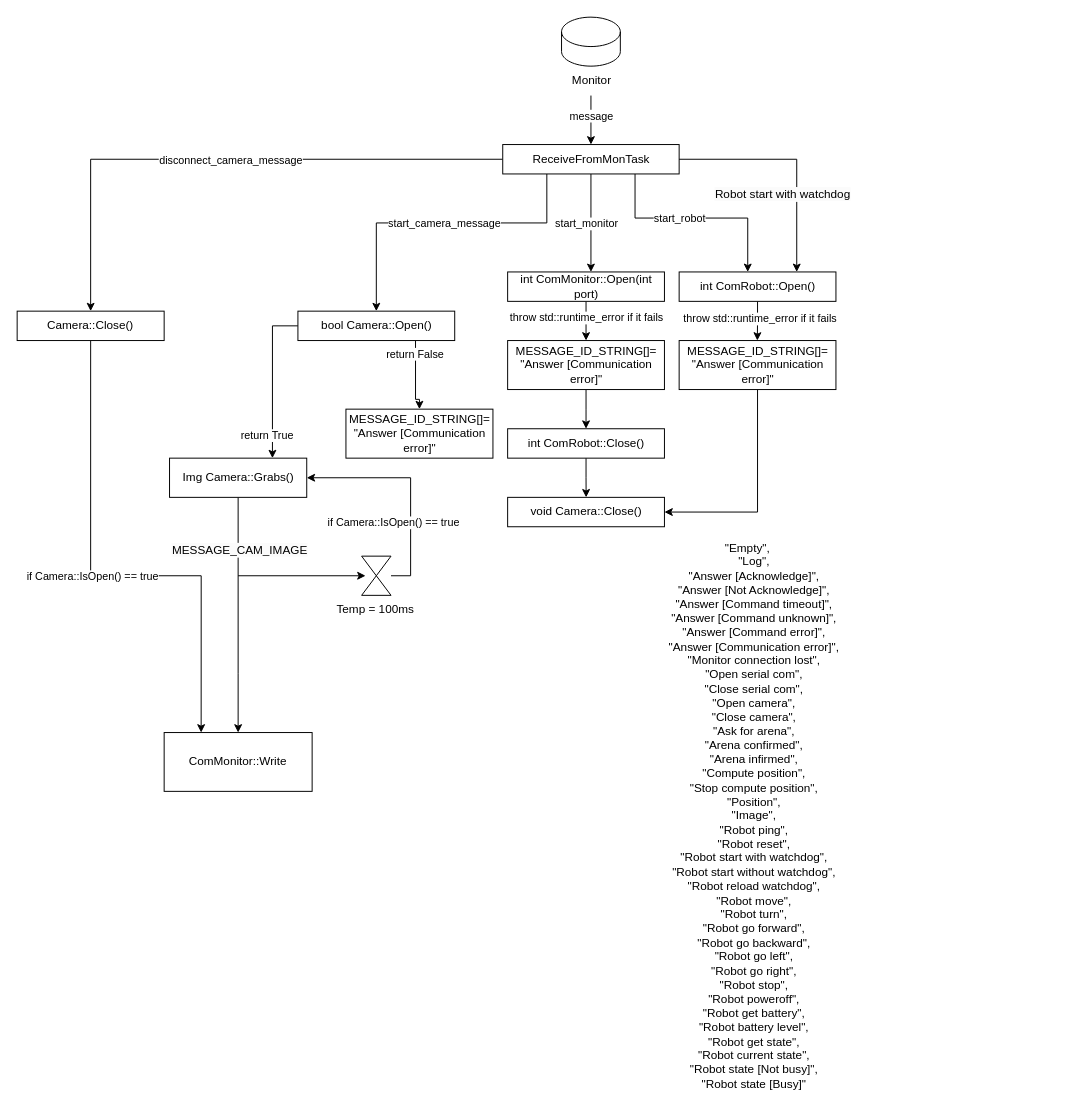
Earlier version of the draw.io diagram page "Page-2" (2 of 2) of Diagrama sem nome.drawio (Ruba008/BE_temps_reel). Source tidied: cells renumbered, new cells numbered last; positions are measured from the earlier drawing's top-left corner, leaving out a move shared by most shapes. Both pictures are drawn from the tidied source at 98%, with x=0, y=0 at pixel (17, 17).
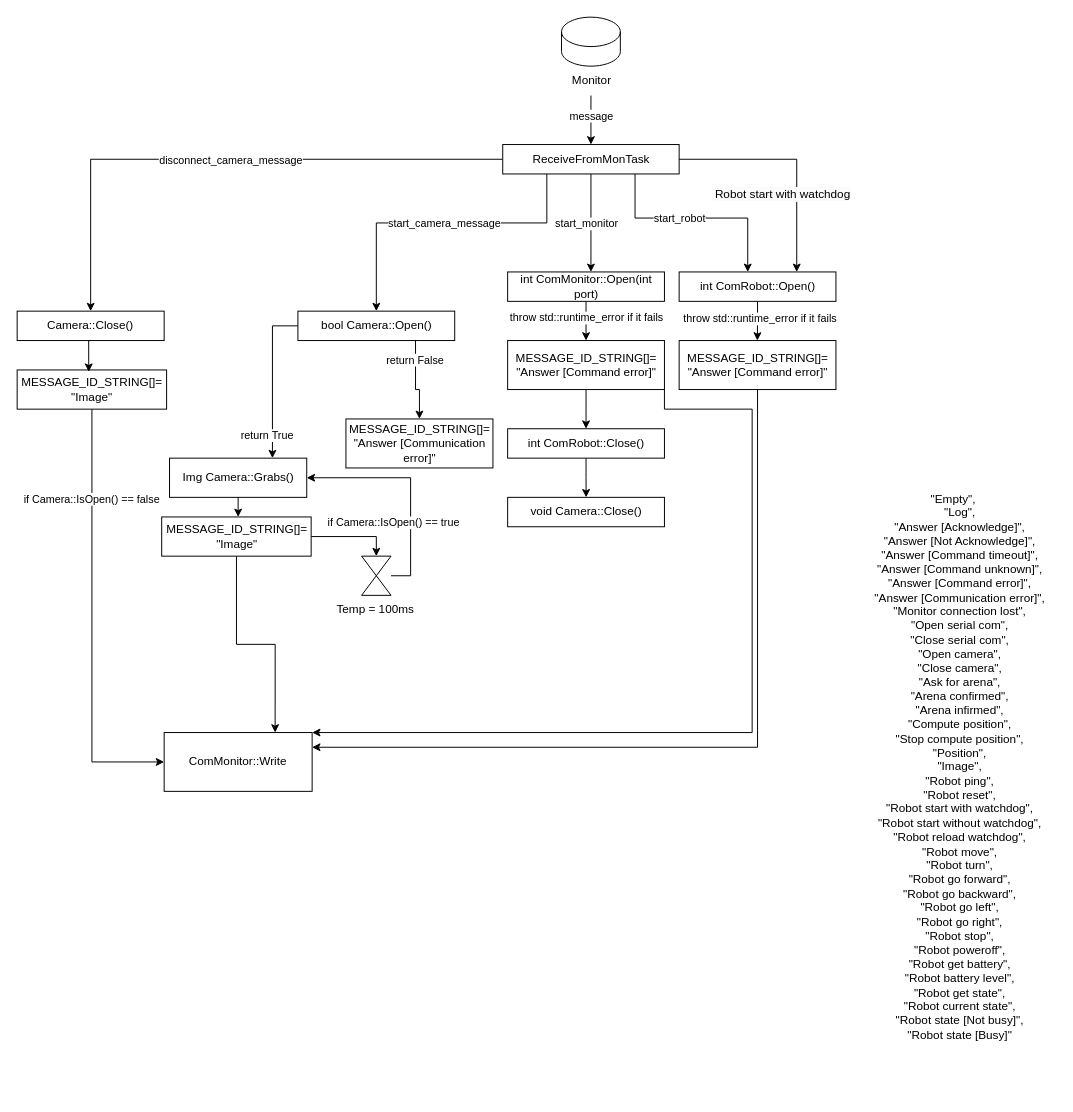
The same diagram, later.

Unchanged cells that the change refers to:
```xml
<mxCell id="20" value="bool Camera::Open()" style="whiteSpace=wrap;html=1;" parent="1" vertex="1">
  <mxGeometry x="286.5" y="300" width="160" height="30" as="geometry" />
</mxCell>
<mxCell id="24" value="Img Camera::Grabs()" style="whiteSpace=wrap;html=1;" parent="1" vertex="1">
  <mxGeometry x="155.5" y="450" width="140" height="40" as="geometry" />
</mxCell>
<mxCell id="31" style="shape=collate;whiteSpace=wrap;html=1;" parent="30" vertex="1">
  <mxGeometry x="40" width="30" height="40" as="geometry" />
</mxCell>
<mxCell id="35" value="Camera::Close()" style="whiteSpace=wrap;html=1;" parent="1" vertex="1">
  <mxGeometry y="300" width="150" height="30" as="geometry" />
</mxCell>
<mxCell id="44" value="void Camera::Close()" style="whiteSpace=wrap;html=1;" parent="1" vertex="1">
  <mxGeometry x="500.5" y="490" width="160" height="30" as="geometry" />
</mxCell>
<mxCell id="47" value="ComMonitor::Write" style="whiteSpace=wrap;html=1;" parent="1" vertex="1">
  <mxGeometry x="150" y="730" width="151" height="60" as="geometry" />
</mxCell>
```

The edit, as a diff of the source:
```diff
@@
     <mxCell id="16" style="edgeStyle=orthogonalEdgeStyle;rounded=0;jettySize=auto;html=1;exitX=0.75;exitY=1;exitDx=0;exitDy=0;entryX=0.5;entryY=0;entryDx=0;entryDy=0;" parent="1" edge="1" source="20" target="21">
       <mxGeometry relative="1" as="geometry">
         <Array as="points">
-          <mxPoint x="407" y="390" />
-          <mxPoint x="411" y="390" />
+          <mxPoint x="407" y="380" />
+          <mxPoint x="411" y="380" />
         </Array>
       </mxGeometry>
     </mxCell>
@@
     <mxCell id="21" value="MESSAGE_ID_STRING[]=&lt;div&gt;&quot;Answer [Communication error]&quot;&lt;/div&gt;" style="whiteSpace=wrap;html=1;" parent="1" vertex="1">
-      <mxGeometry x="335.5" y="400" width="150" height="50" as="geometry" />
+      <mxGeometry x="335.5" y="410" width="150" height="50" as="geometry" />
     </mxCell>
-    <mxCell id="22" style="edgeStyle=orthogonalEdgeStyle;rounded=0;jettySize=auto;html=1;entryX=0.5;entryY=0;entryDx=0;entryDy=0;" parent="1" edge="1" source="24" target="47">
-      <mxGeometry relative="1" as="geometry">
-        <Array as="points">
-          <mxPoint x="225.5" y="670" />
-          <mxPoint x="225.5" y="670" />
-        </Array>
-      </mxGeometry>
-    </mxCell>
-    <mxCell id="23" value="&lt;span style=&quot;font-size: 12px; text-wrap-mode: wrap; background-color: rgb(251, 251, 251);&quot;&gt;MESSAGE_CAM_IMAGE&lt;/span&gt;" style="edgeLabel;html=1;align=center;verticalAlign=middle;" parent="22" vertex="1">
-      <mxGeometry x="-0.56" y="1" relative="1" as="geometry" />
-    </mxCell>
@@
+    <mxCell id="51" style="edgeStyle=orthogonalEdgeStyle;rounded=0;jettySize=auto;html=1;exitX=1;exitY=1;exitDx=0;exitDy=0;entryX=1;entryY=0;entryDx=0;entryDy=0;" parent="1" edge="1" source="29" target="47">
+      <mxGeometry relative="1" as="geometry">
+        <Array as="points">
+          <mxPoint x="661" y="400" />
+          <mxPoint x="750" y="400" />
+          <mxPoint x="750" y="730" />
+        </Array>
+      </mxGeometry>
+    </mxCell>
-    <mxCell id="29" value="MESSAGE_ID_STRING[]=&lt;div&gt;&quot;Answer [Communication error]&quot;&lt;/div&gt;" style="whiteSpace=wrap;html=1;" parent="1" vertex="1">
+    <mxCell id="29" value="MESSAGE_ID_STRING[]=&lt;div&gt;&quot;Answer [Command error]&quot;&lt;/div&gt;" style="whiteSpace=wrap;html=1;" parent="1" vertex="1">
       <mxGeometry x="500.5" y="330" width="160" height="50" as="geometry" />
     </mxCell>
@@
-    <mxCell id="33" style="edgeStyle=orthogonalEdgeStyle;rounded=0;jettySize=auto;html=1;exitX=0.5;exitY=1;exitDx=0;exitDy=0;entryX=0.25;entryY=0;entryDx=0;entryDy=0;" parent="1" edge="1" source="35" target="47">
-      <mxGeometry relative="1" as="geometry">
-        <Array as="points">
-          <mxPoint x="75.5" y="570" />
-          <mxPoint x="187.5" y="570" />
-        </Array>
-      </mxGeometry>
-    </mxCell>
-    <mxCell id="34" value="if Camera::IsOpen() == true" style="edgeLabel;html=1;align=center;verticalAlign=middle;" parent="33" vertex="1">
-      <mxGeometry x="-0.06" relative="1" as="geometry" />
-    </mxCell>
@@
-    <mxCell id="36" style="edgeStyle=orthogonalEdgeStyle;rounded=0;orthogonalLoop=1;jettySize=auto;html=1;" parent="1" edge="1">
-      <mxGeometry relative="1" as="geometry">
-        <mxPoint x="225.5" y="570" as="sourcePoint" />
-        <mxPoint x="355.5" y="570" as="targetPoint" />
-      </mxGeometry>
-    </mxCell>
@@
-    <mxCell id="45" style="edgeStyle=orthogonalEdgeStyle;rounded=0;jettySize=auto;html=1;exitX=0.5;exitY=1;exitDx=0;exitDy=0;entryX=1;entryY=0.5;entryDx=0;entryDy=0;" parent="1" edge="1" source="46" target="44">
-      <mxGeometry relative="1" as="geometry" />
-    </mxCell>
+    <mxCell id="52" style="edgeStyle=orthogonalEdgeStyle;rounded=0;jettySize=auto;html=1;exitX=0.5;exitY=1;exitDx=0;exitDy=0;entryX=1;entryY=0.25;entryDx=0;entryDy=0;" parent="1" edge="1" source="46" target="47">
+      <mxGeometry relative="1" as="geometry" />
+    </mxCell>
-    <mxCell id="46" value="MESSAGE_ID_STRING[]=&lt;div&gt;&quot;Answer [Communication error]&quot;&lt;/div&gt;" style="whiteSpace=wrap;html=1;" parent="1" vertex="1">
+    <mxCell id="46" value="MESSAGE_ID_STRING[]=&lt;div&gt;&quot;Answer [Command error&lt;span style=&quot;background-color: transparent; color: light-dark(rgb(0, 0, 0), rgb(255, 255, 255));&quot;&gt;]&quot;&lt;/span&gt;&lt;/div&gt;" style="whiteSpace=wrap;html=1;" parent="1" vertex="1">
       <mxGeometry x="675.5" y="330" width="160" height="50" as="geometry" />
     </mxCell>
@@
     <mxCell id="50" value="&lt;div&gt;&quot;Empty&quot;,&lt;/div&gt;&lt;div&gt;&amp;nbsp; &amp;nbsp; &quot;Log&quot;,&lt;/div&gt;&lt;div&gt;&amp;nbsp; &amp;nbsp; &quot;Answer [Acknowledge]&quot;,&lt;/div&gt;&lt;div&gt;&amp;nbsp; &amp;nbsp; &quot;Answer [Not Acknowledge]&quot;,&lt;/div&gt;&lt;div&gt;&amp;nbsp; &amp;nbsp; &quot;Answer [Command timeout]&quot;,&lt;/div&gt;&lt;div&gt;&amp;nbsp; &amp;nbsp; &quot;Answer [Command unknown]&quot;,&lt;/div&gt;&lt;div&gt;&amp;nbsp; &amp;nbsp; &quot;Answer [Command error]&quot;,&lt;/div&gt;&lt;div&gt;&amp;nbsp; &amp;nbsp; &quot;Answer [Communication error]&quot;,&lt;/div&gt;&lt;div&gt;&amp;nbsp; &amp;nbsp; &quot;Monitor connection lost&quot;,&lt;/div&gt;&lt;div&gt;&amp;nbsp; &amp;nbsp; &quot;Open serial com&quot;,&lt;/div&gt;&lt;div&gt;&amp;nbsp; &amp;nbsp; &quot;Close serial com&quot;,&lt;/div&gt;&lt;div&gt;&amp;nbsp; &amp;nbsp; &quot;Open camera&quot;,&lt;/div&gt;&lt;div&gt;&amp;nbsp; &amp;nbsp; &quot;Close camera&quot;,&lt;/div&gt;&lt;div&gt;&amp;nbsp; &amp;nbsp; &quot;Ask for arena&quot;,&lt;/div&gt;&lt;div&gt;&amp;nbsp; &amp;nbsp; &quot;Arena confirmed&quot;,&lt;/div&gt;&lt;div&gt;&amp;nbsp; &amp;nbsp; &quot;Arena infirmed&quot;,&lt;/div&gt;&lt;div&gt;&amp;nbsp; &amp;nbsp; &quot;Compute position&quot;,&lt;/div&gt;&lt;div&gt;&amp;nbsp; &amp;nbsp; &quot;Stop compute position&quot;,&lt;/div&gt;&lt;div&gt;&amp;nbsp; &amp;nbsp; &quot;Position&quot;,&lt;/div&gt;&lt;div&gt;&amp;nbsp; &amp;nbsp; &quot;Image&quot;,&lt;/div&gt;&lt;div&gt;&amp;nbsp; &amp;nbsp; &quot;Robot ping&quot;,&lt;/div&gt;&lt;div&gt;&amp;nbsp; &amp;nbsp; &quot;Robot reset&quot;,&lt;/div&gt;&lt;div&gt;&amp;nbsp; &amp;nbsp; &quot;Robot start with watchdog&quot;,&lt;/div&gt;&lt;div&gt;&amp;nbsp; &amp;nbsp; &quot;Robot start without watchdog&quot;,&lt;/div&gt;&lt;div&gt;&amp;nbsp; &amp;nbsp; &quot;Robot reload watchdog&quot;,&lt;/div&gt;&lt;div&gt;&amp;nbsp; &amp;nbsp; &quot;Robot move&quot;,&lt;/div&gt;&lt;div&gt;&amp;nbsp; &amp;nbsp; &quot;Robot turn&quot;,&lt;/div&gt;&lt;div&gt;&amp;nbsp; &amp;nbsp; &quot;Robot go forward&quot;,&lt;/div&gt;&lt;div&gt;&amp;nbsp; &amp;nbsp; &quot;Robot go backward&quot;,&lt;/div&gt;&lt;div&gt;&amp;nbsp; &amp;nbsp; &quot;Robot go left&quot;,&lt;/div&gt;&lt;div&gt;&amp;nbsp; &amp;nbsp; &quot;Robot go right&quot;,&lt;/div&gt;&lt;div&gt;&amp;nbsp; &amp;nbsp; &quot;Robot stop&quot;,&lt;/div&gt;&lt;div&gt;&amp;nbsp; &amp;nbsp; &quot;Robot poweroff&quot;,&lt;/div&gt;&lt;div&gt;&amp;nbsp; &amp;nbsp; &quot;Robot get battery&quot;,&lt;/div&gt;&lt;div&gt;&amp;nbsp; &amp;nbsp; &quot;Robot battery level&quot;,&lt;/div&gt;&lt;div&gt;&amp;nbsp; &amp;nbsp; &quot;Robot get state&quot;,&lt;/div&gt;&lt;div&gt;&amp;nbsp; &amp;nbsp; &quot;Robot current state&quot;,&lt;/div&gt;&lt;div&gt;&amp;nbsp; &amp;nbsp; &quot;Robot state [Not busy]&quot;,&lt;/div&gt;&lt;div&gt;&amp;nbsp; &amp;nbsp; &quot;Robot state [Busy]&quot;&lt;/div&gt;" style="text;html=1;align=center;verticalAlign=middle;strokeColor=none;fillColor=none;" parent="1" vertex="1">
-      <mxGeometry x="640" y="530" width="210" height="570" as="geometry" />
+      <mxGeometry x="850" y="480" width="210" height="570" as="geometry" />
     </mxCell>
+    <mxCell id="53" style="edgeStyle=orthogonalEdgeStyle;rounded=0;jettySize=auto;html=1;entryX=0.5;entryY=0;entryDx=0;entryDy=0;" parent="1" edge="1" source="55" target="31">
+      <mxGeometry relative="1" as="geometry" />
+    </mxCell>
+    <mxCell id="54" style="edgeStyle=orthogonalEdgeStyle;rounded=0;jettySize=auto;html=1;entryX=0.75;entryY=0;entryDx=0;entryDy=0;" parent="1" edge="1" source="55" target="47">
+      <mxGeometry relative="1" as="geometry" />
+    </mxCell>
+    <mxCell id="55" value="MESSAGE_ID_STRING[]=&lt;div&gt;&quot;Image&quot;&lt;/div&gt;" style="rounded=0;whiteSpace=wrap;html=1;" parent="1" vertex="1">
+      <mxGeometry x="147.5" y="510" width="152.5" height="40" as="geometry" />
+    </mxCell>
+    <mxCell id="56" style="edgeStyle=orthogonalEdgeStyle;rounded=0;jettySize=auto;html=1;entryX=0.511;entryY=0;entryDx=0;entryDy=0;entryPerimeter=0;" parent="1" edge="1" source="24" target="55">
+      <mxGeometry relative="1" as="geometry" />
+    </mxCell>
+    <mxCell id="57" style="edgeStyle=orthogonalEdgeStyle;rounded=0;jettySize=auto;html=1;entryX=0;entryY=0.5;entryDx=0;entryDy=0;" parent="1" edge="1" source="59" target="47">
+      <mxGeometry relative="1" as="geometry" />
+    </mxCell>
+    <mxCell id="58" value="if Camera::IsOpen() == false" style="edgeLabel;html=1;align=center;verticalAlign=middle;" parent="57" vertex="1">
+      <mxGeometry x="-0.58" y="-1" relative="1" as="geometry" />
+    </mxCell>
+    <mxCell id="59" value="MESSAGE_ID_STRING[]=&lt;div&gt;&quot;Image&quot;&lt;/div&gt;" style="rounded=0;whiteSpace=wrap;html=1;" parent="1" vertex="1">
+      <mxGeometry y="360" width="152.5" height="40" as="geometry" />
+    </mxCell>
+    <mxCell id="60" style="edgeStyle=orthogonalEdgeStyle;rounded=0;jettySize=auto;html=1;exitX=0.5;exitY=1;exitDx=0;exitDy=0;entryX=0.479;entryY=0.047;entryDx=0;entryDy=0;entryPerimeter=0;" parent="1" edge="1" source="35" target="59">
+      <mxGeometry relative="1" as="geometry" />
+    </mxCell>
```
